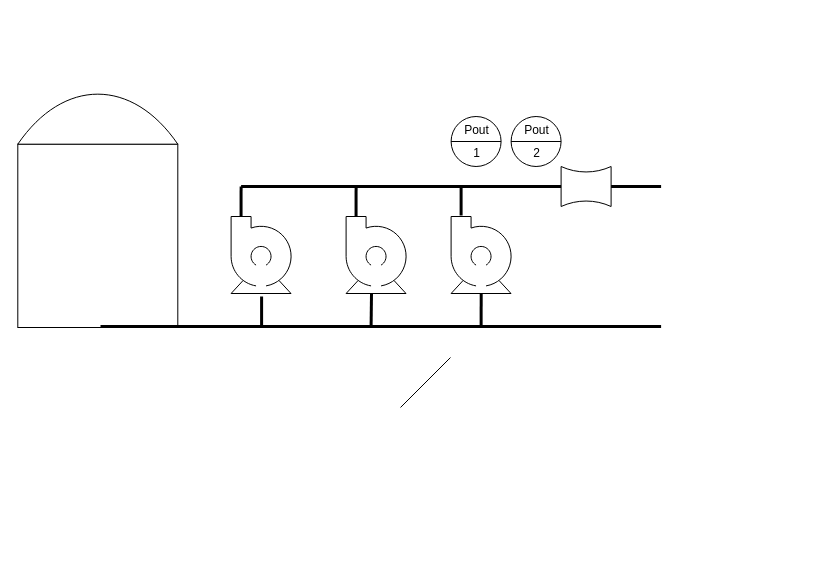
jimcampbell/hello-world keeps this draw.io diagram as J512-33 Mt Edward Rd Diagram.drawio. Above is the earlier version. Source tidied: cells renumbered, new cells numbered last; positions are measured from the earlier drawing's top-left corner, leaving out a move shared by most shapes. Both pictures are drawn from the tidied source at 100%, with x=0, y=0 at pixel (17, 77).
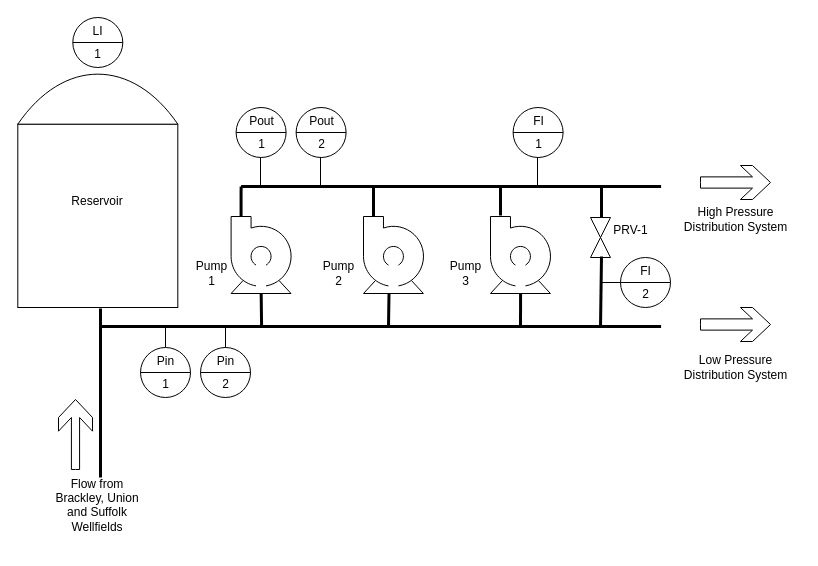
Above is the later version.

The change refers to these unchanged cells:
```xml
<mxCell id="11" style="shape=mxgraph.pid.pumps.centrifugal_pump_2;html=1;align=center;verticalLabelPosition=bottom;verticalAlign=top;dashed=0;" parent="1" vertex="1">
  <mxGeometry x="213.6" y="139" width="62" height="77" as="geometry" />
</mxCell>
```

Diff of the diagram source:
```diff
@@
     <mxCell id="2" style="shape=mxgraph.pid.vessels.tank_(dished_roof);html=1;align=center;verticalLabelPosition=bottom;verticalAlign=top;dashed=0;" parent="1" vertex="1">
-      <mxGeometry x="0.3" width="160" height="250" as="geometry" />
+      <mxGeometry x="0.3" y="-20" width="160" height="250" as="geometry" />
     </mxCell>
-    <mxCell id="3" style="endArrow=none;html=3;rounded=0;exitX=1.013;exitY=1;exitDx=0;exitDy=0;exitPerimeter=0;strokeWidth=3;" parent="1" edge="1">
+    <mxCell id="3" style="endArrow=none;html=3;rounded=0;strokeWidth=3;" parent="1" edge="1">
       <mxGeometry relative="1" as="geometry">
-        <mxPoint x="83" y="249" as="sourcePoint" />
+        <mxPoint x="83" y="231" as="sourcePoint" />
         <mxPoint x="643.6" y="249" as="targetPoint" />
+        <Array as="points">
+          <mxPoint x="83" y="249" />
+          <mxPoint x="193" y="249" />
+        </Array>
       </mxGeometry>
     </mxCell>
-    <mxCell id="4" style="endArrow=none;html=1;rounded=0;strokeWidth=3;" parent="1" edge="1">
+    <mxCell id="4" style="endArrow=none;html=1;rounded=0;strokeWidth=3;entryX=0.485;entryY=1;entryDx=0;entryDy=0;entryPerimeter=0;" parent="1" edge="1" target="11">
       <mxGeometry relative="1" as="geometry">
         <mxPoint x="244.1" y="249" as="sourcePoint" />
-        <mxPoint x="244.1" y="219" as="targetPoint" />
       </mxGeometry>
     </mxCell>
     <mxCell id="5" style="endArrow=none;html=1;rounded=0;strokeWidth=3;" parent="1" edge="1">
       <mxGeometry relative="1" as="geometry">
-        <mxPoint x="353.6" y="249" as="sourcePoint" />
-        <mxPoint x="354" y="216" as="targetPoint" />
+        <mxPoint x="371" y="249" as="sourcePoint" />
+        <mxPoint x="371.5" y="216" as="targetPoint" />
       </mxGeometry>
     </mxCell>
@@
     <mxCell id="7" style="endArrow=none;html=1;rounded=0;strokeWidth=3;entryX=0.485;entryY=1;entryDx=0;entryDy=0;entryPerimeter=0;" parent="1" edge="1">
       <mxGeometry relative="1" as="geometry">
-        <mxPoint x="463.6" y="249" as="sourcePoint" />
-        <mxPoint x="463.7" y="216" as="targetPoint" />
+        <mxPoint x="503" y="249" as="sourcePoint" />
+        <mxPoint x="503.1" y="216" as="targetPoint" />
       </mxGeometry>
     </mxCell>
     <mxCell id="8" style="endArrow=none;html=1;rounded=0;strokeWidth=3;" parent="1" edge="1">
       <mxGeometry relative="1" as="geometry">
-        <mxPoint x="443.6" y="138" as="sourcePoint" />
-        <mxPoint x="443.6" y="109" as="targetPoint" />
+        <mxPoint x="483" y="138" as="sourcePoint" />
+        <mxPoint x="483" y="109" as="targetPoint" />
       </mxGeometry>
     </mxCell>
@@
-    <mxCell id="10" style="endArrow=none;html=1;rounded=0;" parent="1" edge="1">
+    <mxCell id="10" style="endArrow=none;html=1;rounded=0;exitX=0.5;exitY=0;exitDx=0;exitDy=0;" parent="1" edge="1" source="18">
       <mxGeometry relative="1" as="geometry">
-        <mxPoint x="383" y="330" as="sourcePoint" />
-        <mxPoint x="433" y="280" as="targetPoint" />
+        <mxPoint x="148" y="250" as="targetPoint" />
       </mxGeometry>
     </mxCell>
@@
     <mxCell id="12" style="shape=mxgraph.pid.pumps.centrifugal_pump_2;html=1;align=center;verticalLabelPosition=bottom;verticalAlign=top;dashed=0;" parent="1" vertex="1">
-      <mxGeometry x="328.6" y="139" width="62" height="77" as="geometry" />
+      <mxGeometry x="346" y="139" width="62" height="77" as="geometry" />
     </mxCell>
     <mxCell id="13" style="shape=mxgraph.pid.pumps.centrifugal_pump_2;html=1;align=center;verticalLabelPosition=bottom;verticalAlign=top;dashed=0;" parent="1" vertex="1">
-      <mxGeometry x="433.6" y="139" width="62" height="77" as="geometry" />
+      <mxGeometry x="473" y="139" width="62" height="77" as="geometry" />
     </mxCell>
-    <mxCell id="14" style="verticalLabelPosition=bottom;align=center;dashed=0;html=1;verticalAlign=top;shape=mxgraph.pid.flow_sensors.venturi;" parent="1" vertex="1">
-      <mxGeometry x="543.6" y="89" width="50" height="40" as="geometry" />
-    </mxCell>
     <mxCell id="15" value="&lt;table cellpadding=&quot;4&quot; cellspacing=&quot;0&quot; border=&quot;0&quot; style=&quot;font-size:1em;width:100%;height:100%;&quot;&gt;&lt;tbody&gt;&lt;tr&gt;&lt;td&gt;Pout&lt;/td&gt;&lt;/tr&gt;&lt;tr&gt;&lt;td&gt;1&lt;/td&gt;&lt;/tr&gt;&lt;/tbody&gt;&lt;/table&gt; " style="html=1;align=center;dashed=0;shape=mxgraph.pid2inst.discInst;mounting=room;" parent="1" vertex="1">
-      <mxGeometry x="433.6" y="39" width="50" height="50" as="geometry" />
+      <mxGeometry x="218.6" y="30" width="50" height="50" as="geometry" />
     </mxCell>
     <mxCell id="16" style="endArrow=none;html=1;rounded=0;strokeWidth=3;exitX=0.161;exitY=0;exitDx=0;exitDy=0;exitPerimeter=0;" parent="1" edge="1" source="12">
       <mxGeometry relative="1" as="geometry">
-        <mxPoint x="338.6" y="109" as="targetPoint" />
+        <mxPoint x="356" y="109" as="targetPoint" />
       </mxGeometry>
     </mxCell>
     <mxCell id="17" value="&lt;table cellpadding=&quot;4&quot; cellspacing=&quot;0&quot; border=&quot;0&quot; style=&quot;font-size:1em;width:100%;height:100%;&quot;&gt;&lt;tbody&gt;&lt;tr&gt;&lt;td&gt;Pout&lt;/td&gt;&lt;/tr&gt;&lt;tr&gt;&lt;td&gt;2&lt;/td&gt;&lt;/tr&gt;&lt;/tbody&gt;&lt;/table&gt; " style="html=1;align=center;dashed=0;shape=mxgraph.pid2inst.discInst;mounting=room;" parent="1" vertex="1">
-      <mxGeometry x="493.6" y="39" width="50" height="50" as="geometry" />
+      <mxGeometry x="278.6" y="30" width="50" height="50" as="geometry" />
     </mxCell>
+    <mxCell id="18" value="&lt;table cellpadding=&quot;4&quot; cellspacing=&quot;0&quot; border=&quot;0&quot; style=&quot;font-size:1em;width:100%;height:100%;&quot;&gt;&lt;tbody&gt;&lt;tr&gt;&lt;td&gt;Pin&lt;/td&gt;&lt;/tr&gt;&lt;tr&gt;&lt;td&gt;1&lt;/td&gt;&lt;/tr&gt;&lt;/tbody&gt;&lt;/table&gt; " style="html=1;outlineConnect=0;align=center;dashed=0;shape=mxgraph.pid2inst.discInst;mounting=room;" parent="1" vertex="1">
+      <mxGeometry x="123" y="270" width="50" height="50" as="geometry" />
+    </mxCell>
+    <mxCell id="19" value="&lt;table cellpadding=&quot;4&quot; cellspacing=&quot;0&quot; border=&quot;0&quot; style=&quot;font-size:1em;width:100%;height:100%;&quot;&gt;&lt;tbody&gt;&lt;tr&gt;&lt;td&gt;Pin&lt;/td&gt;&lt;/tr&gt;&lt;tr&gt;&lt;td&gt;2&lt;/td&gt;&lt;/tr&gt;&lt;/tbody&gt;&lt;/table&gt; " style="html=1;outlineConnect=0;align=center;dashed=0;shape=mxgraph.pid2inst.discInst;mounting=room;" parent="1" vertex="1">
+      <mxGeometry x="183" y="270" width="50" height="50" as="geometry" />
+    </mxCell>
+    <mxCell id="20" style="endArrow=none;html=1;rounded=0;strokeWidth=3;" parent="1" edge="1">
+      <mxGeometry relative="1" as="geometry">
+        <mxPoint x="83" y="400" as="sourcePoint" />
+        <mxPoint x="83" y="250" as="targetPoint" />
+      </mxGeometry>
+    </mxCell>
+    <mxCell id="21" style="html=1;shadow=0;dashed=0;align=center;verticalAlign=middle;shape=mxgraph.arrows2.sharpArrow;dy1=0.67;dx1=18;dx2=18;notch=0;" parent="1" vertex="1">
+      <mxGeometry x="683" y="230" width="70" height="34" as="geometry" />
+    </mxCell>
+    <mxCell id="22" style="html=1;shadow=0;dashed=0;align=center;verticalAlign=middle;shape=mxgraph.arrows2.sharpArrow;dy1=0.76;dx1=18;dx2=18;notch=0;rotation=-90;" parent="1" vertex="1">
+      <mxGeometry x="23" y="340" width="70" height="34" as="geometry" />
+    </mxCell>
+    <mxCell id="23" value="&lt;table cellpadding=&quot;4&quot; cellspacing=&quot;0&quot; border=&quot;0&quot; style=&quot;font-size:1em;width:100%;height:100%;&quot;&gt;&lt;tbody&gt;&lt;tr&gt;&lt;td&gt;LI&lt;/td&gt;&lt;/tr&gt;&lt;tr&gt;&lt;td&gt;1&lt;/td&gt;&lt;/tr&gt;&lt;/tbody&gt;&lt;/table&gt; " style="html=1;align=center;dashed=0;shape=mxgraph.pid2inst.discInst;mounting=room;" parent="1" vertex="1">
+      <mxGeometry x="55.3" y="-60" width="50" height="50" as="geometry" />
+    </mxCell>
+    <mxCell id="24" style="endArrow=none;html=1;rounded=0;exitX=0.5;exitY=0;exitDx=0;exitDy=0;" parent="1" edge="1" source="19">
+      <mxGeometry relative="1" as="geometry">
+        <mxPoint x="208" y="250" as="targetPoint" />
+      </mxGeometry>
+    </mxCell>
+    <mxCell id="25" style="verticalLabelPosition=bottom;align=center;html=1;verticalAlign=top;dashed=0;shape=mxgraph.pid2valves.valve;valveType=gate;rotation=90;" parent="1" vertex="1">
+      <mxGeometry x="563" y="150" width="40" height="20" as="geometry" />
+    </mxCell>
+    <mxCell id="26" style="endArrow=none;html=1;rounded=0;strokeWidth=3;exitX=0;exitY=0.45;exitDx=0;exitDy=0;exitPerimeter=0;" parent="1" edge="1" source="25">
+      <mxGeometry relative="1" as="geometry">
+        <mxPoint x="584" y="110" as="targetPoint" />
+      </mxGeometry>
+    </mxCell>
+    <mxCell id="27" style="endArrow=none;html=1;rounded=0;strokeWidth=3;entryX=0.975;entryY=0.45;entryDx=0;entryDy=0;entryPerimeter=0;" parent="1" edge="1" target="25">
+      <mxGeometry relative="1" as="geometry">
+        <mxPoint x="583" y="250" as="sourcePoint" />
+      </mxGeometry>
+    </mxCell>
+    <mxCell id="28" style="endArrow=none;html=1;rounded=0;" parent="1" edge="1">
+      <mxGeometry relative="1" as="geometry">
+        <mxPoint x="243" y="110" as="sourcePoint" />
+        <mxPoint x="243" y="80" as="targetPoint" />
+      </mxGeometry>
+    </mxCell>
+    <mxCell id="29" style="endArrow=none;html=1;rounded=0;" parent="1" edge="1">
+      <mxGeometry relative="1" as="geometry">
+        <mxPoint x="303" y="110" as="sourcePoint" />
+        <mxPoint x="303" y="80" as="targetPoint" />
+      </mxGeometry>
+    </mxCell>
+    <mxCell id="30" style="endArrow=none;html=1;rounded=0;" parent="1" edge="1">
+      <mxGeometry relative="1" as="geometry">
+        <mxPoint x="520" y="110" as="sourcePoint" />
+        <mxPoint x="520" y="80" as="targetPoint" />
+      </mxGeometry>
+    </mxCell>
+    <mxCell id="31" value="&lt;table cellpadding=&quot;4&quot; cellspacing=&quot;0&quot; border=&quot;0&quot; style=&quot;font-size:1em;width:100%;height:100%;&quot;&gt;&lt;tbody&gt;&lt;tr&gt;&lt;td&gt;FI&lt;/td&gt;&lt;/tr&gt;&lt;tr&gt;&lt;td&gt;1&lt;/td&gt;&lt;/tr&gt;&lt;/tbody&gt;&lt;/table&gt; " style="html=1;align=center;dashed=0;shape=mxgraph.pid2inst.discInst;mounting=room;" parent="1" vertex="1">
+      <mxGeometry x="495.6" y="30" width="50" height="50" as="geometry" />
+    </mxCell>
+    <mxCell id="32" style="endArrow=none;html=1;rounded=0;entryX=0;entryY=0.5;entryDx=0;entryDy=0;" parent="1" edge="1" target="33">
+      <mxGeometry relative="1" as="geometry">
+        <mxPoint x="583" y="205" as="sourcePoint" />
+      </mxGeometry>
+    </mxCell>
+    <mxCell id="33" value="&lt;table cellpadding=&quot;4&quot; cellspacing=&quot;0&quot; border=&quot;0&quot; style=&quot;font-size:1em;width:100%;height:100%;&quot;&gt;&lt;tbody&gt;&lt;tr&gt;&lt;td&gt;FI&lt;/td&gt;&lt;/tr&gt;&lt;tr&gt;&lt;td&gt;2&lt;/td&gt;&lt;/tr&gt;&lt;/tbody&gt;&lt;/table&gt; " style="html=1;outlineConnect=0;align=center;dashed=0;shape=mxgraph.pid2inst.discInst;mounting=room;" parent="1" vertex="1">
+      <mxGeometry x="603" y="180" width="50" height="50" as="geometry" />
+    </mxCell>
+    <mxCell id="34" style="html=1;shadow=0;dashed=0;align=center;verticalAlign=middle;shape=mxgraph.arrows2.sharpArrow;dy1=0.67;dx1=18;dx2=18;notch=0;" parent="1" vertex="1">
+      <mxGeometry x="683" y="88" width="70" height="34" as="geometry" />
+    </mxCell>
+    <mxCell id="35" value="Reservoir" style="text;strokeColor=none;align=center;fillColor=none;html=1;verticalAlign=middle;whiteSpace=wrap;rounded=0;" parent="1" vertex="1">
+      <mxGeometry x="50.3" y="109" width="60" height="30" as="geometry" />
+    </mxCell>
+    <mxCell id="36" value="Flow from Brackley, Union and Suffolk Wellfields&lt;div&gt;&lt;br&gt;&lt;/div&gt;" style="text;strokeColor=none;align=center;fillColor=none;html=1;verticalAlign=middle;whiteSpace=wrap;rounded=0;" parent="1" vertex="1">
+      <mxGeometry x="30.3" y="420" width="100" height="30" as="geometry" />
+    </mxCell>
+    <mxCell id="37" value="Pump&lt;div&gt;1&lt;/div&gt;" style="text;html=1;align=center;verticalAlign=middle;strokeColor=none;fillColor=none;" parent="1" vertex="1">
+      <mxGeometry x="168.6" y="176" width="50" height="40" as="geometry" />
+    </mxCell>
+    <mxCell id="38" value="Pump&lt;div&gt;2&lt;/div&gt;" style="text;html=1;align=center;verticalAlign=middle;strokeColor=none;fillColor=none;" parent="1" vertex="1">
+      <mxGeometry x="296" y="176" width="50" height="40" as="geometry" />
+    </mxCell>
+    <mxCell id="39" value="Pump&lt;div&gt;3&lt;/div&gt;" style="text;html=1;align=center;verticalAlign=middle;strokeColor=none;fillColor=none;" parent="1" vertex="1">
+      <mxGeometry x="423" y="176" width="50" height="40" as="geometry" />
+    </mxCell>
+    <mxCell id="40" value="PRV-1" style="text;html=1;align=center;verticalAlign=middle;strokeColor=none;fillColor=none;" parent="1" vertex="1">
+      <mxGeometry x="583" y="138" width="60" height="30" as="geometry" />
+    </mxCell>
+    <mxCell id="41" value="High Pressure&lt;div&gt;Distribution System&lt;/div&gt;" style="text;html=1;align=center;verticalAlign=middle;strokeColor=none;fillColor=none;" parent="1" vertex="1">
+      <mxGeometry x="653" y="122" width="130" height="40" as="geometry" />
+    </mxCell>
+    <mxCell id="42" value="Low Pressure&lt;div&gt;Distribution System&lt;/div&gt;" style="text;html=1;align=center;verticalAlign=middle;strokeColor=none;fillColor=none;" parent="1" vertex="1">
+      <mxGeometry x="653" y="270" width="130" height="40" as="geometry" />
+    </mxCell>
```
